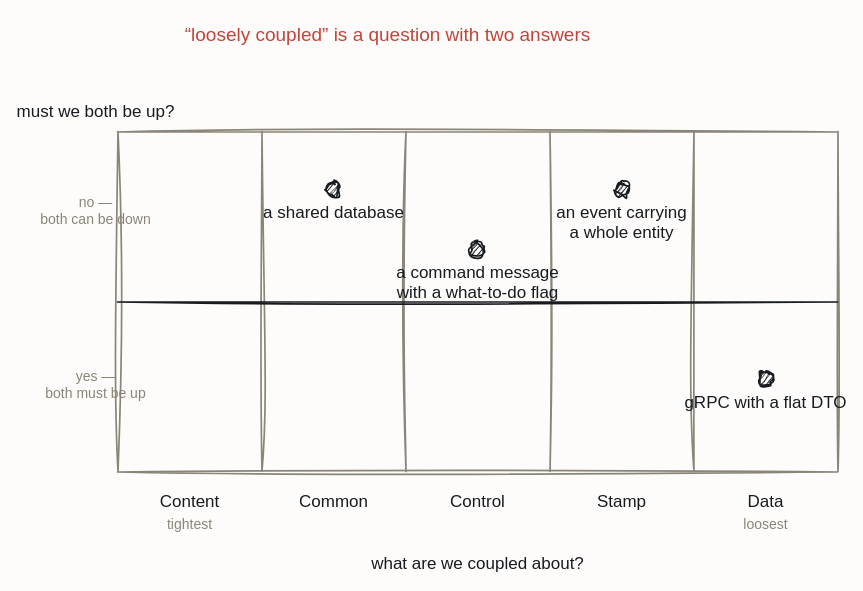
iancooper/practical-messaging keeps this draw.io diagram as resources/grid-coupling.drawio. Above is the earlier version. Source tidied: cells renumbered, new cells numbered last; positions are measured from the earlier drawing's top-left corner, leaving out a move shared by most shapes. Both pictures are drawn from the tidied source at 100%, with x=0, y=0 at pixel (35, 17).
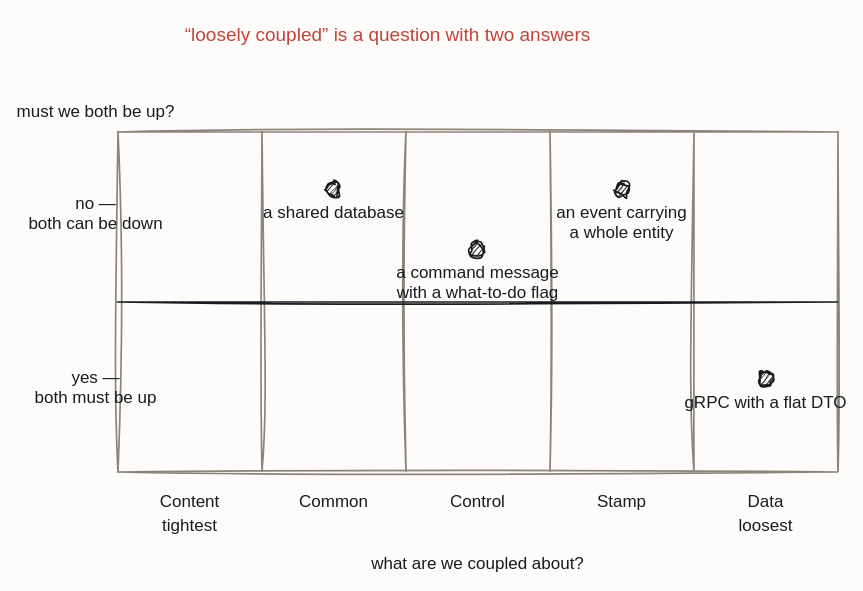
After the change.

Change to the diagram source:
```diff
@@
-    <mxCell id="12" value="no —&#10;both can be down" style="text;html=1;align=center;fontFamily=Caveat;fontSize=14;fontColor=#8A8578;" parent="1" vertex="1">
+    <mxCell id="12" value="no —&#10;both can be down" style="text;html=1;align=center;fontFamily=Caveat;fontSize=17;fontColor=#181B1F;" parent="1" vertex="1">
       <mxGeometry y="170" width="120" height="20" as="geometry" />
     </mxCell>
-    <mxCell id="13" value="yes —&#10;both must be up" style="text;html=1;align=center;fontFamily=Caveat;fontSize=14;fontColor=#8A8578;" parent="1" vertex="1">
+    <mxCell id="13" value="yes —&#10;both must be up" style="text;html=1;align=center;fontFamily=Caveat;fontSize=17;fontColor=#181B1F;" parent="1" vertex="1">
       <mxGeometry y="344" width="120" height="20" as="geometry" />
     </mxCell>
@@
-    <mxCell id="19" value="tightest" style="text;html=1;align=center;fontFamily=Caveat;fontSize=14;fontColor=#8A8578;" parent="1" vertex="1">
+    <mxCell id="19" value="tightest" style="text;html=1;align=center;fontFamily=Caveat;fontSize=17;fontColor=#181B1F;" parent="1" vertex="1">
       <mxGeometry x="94" y="492" width="120" height="20" as="geometry" />
     </mxCell>
-    <mxCell id="20" value="loosest" style="text;html=1;align=center;fontFamily=Caveat;fontSize=14;fontColor=#8A8578;" parent="1" vertex="1">
+    <mxCell id="20" value="loosest" style="text;html=1;align=center;fontFamily=Caveat;fontSize=17;fontColor=#181B1F;" parent="1" vertex="1">
       <mxGeometry x="670" y="492" width="120" height="20" as="geometry" />
     </mxCell>
```
